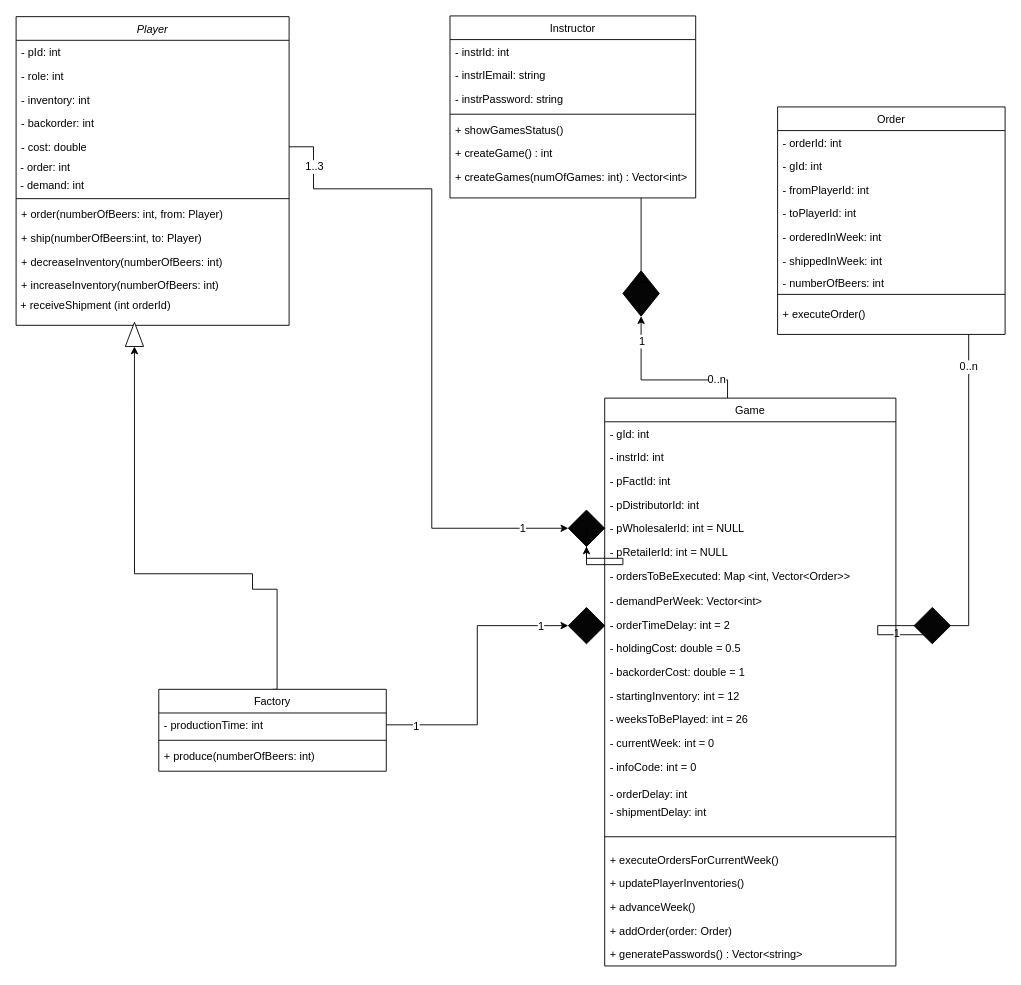
Before: Beer-Game-Class-Diagram.drawio in iuliacornea99/SE-CourseInfo, a draw.io diagram. Source tidied: cells renumbered, new cells numbered last; positions are measured from the earlier drawing's top-left corner, leaving out a move shared by most shapes. Both pictures are drawn from the tidied source at 91%, with x=0, y=0 at pixel (15, 15).
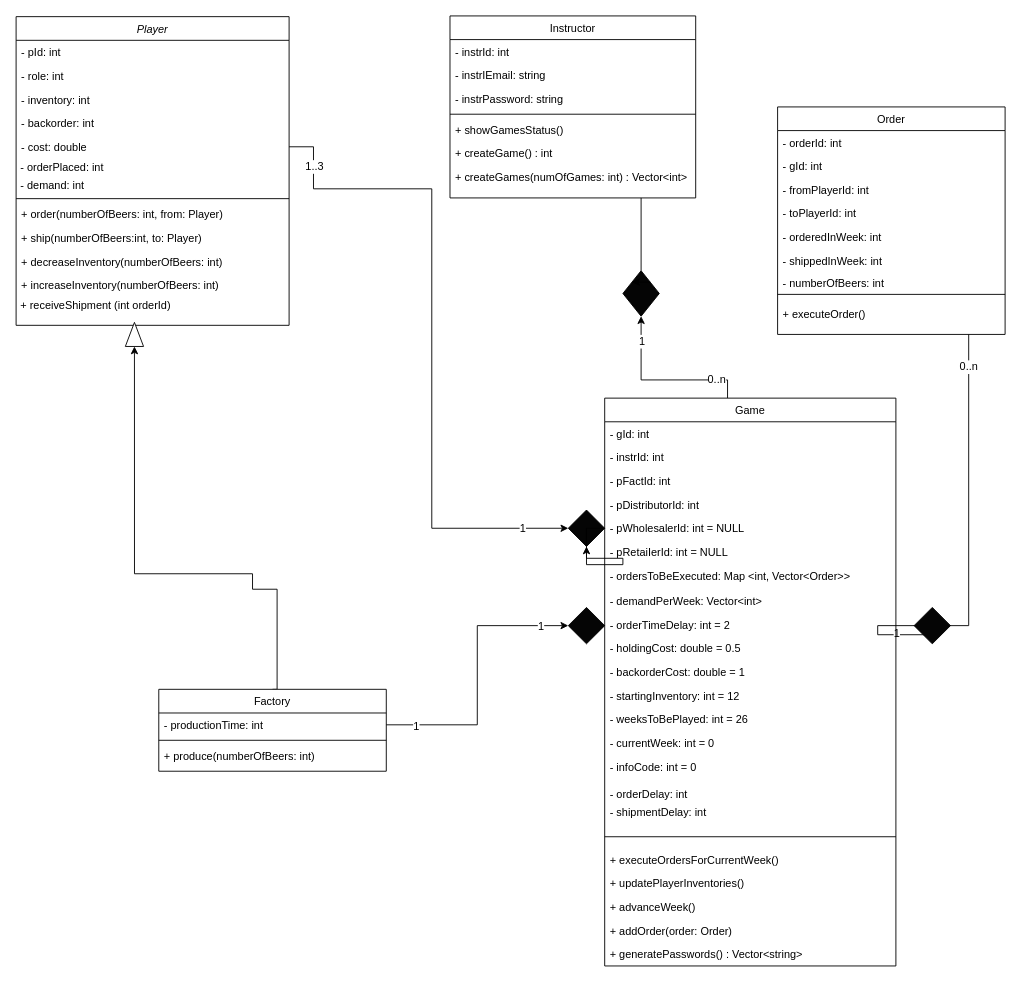
Above is the later version.

Commit message (it also covers changes not shown here):
Changed the attribute order to orderPlaced in class Player

The change refers to these unchanged cells:
```xml
<mxCell id="2" value="Player" style="swimlane;fontStyle=2;align=center;verticalAlign=top;horizontal=1;startSize=26;rounded=0;shadow=0;strokeWidth=1;" parent="1" vertex="1">
  <mxGeometry x="0.2" y="0.8" width="300" height="339.2" as="geometry" />
</mxCell>
```

Diff of the diagram source:
```diff
@@
-    <mxCell id="8" value="&lt;div align=&quot;left&quot;&gt;&amp;nbsp;- order: int&lt;br&gt;&lt;/div&gt;" style="text;html=1;strokeColor=none;fillColor=none;align=left;verticalAlign=middle;whiteSpace=wrap;rounded=0;" parent="2" vertex="1">
+    <mxCell id="8" value="&lt;div align=&quot;left&quot;&gt;&amp;nbsp;- orderPlaced: int&lt;br&gt;&lt;/div&gt;" style="text;html=1;strokeColor=none;fillColor=none;align=left;verticalAlign=middle;whiteSpace=wrap;rounded=0;" parent="2" vertex="1">
       <mxGeometry y="156" width="300" height="20" as="geometry" />
     </mxCell>
```
